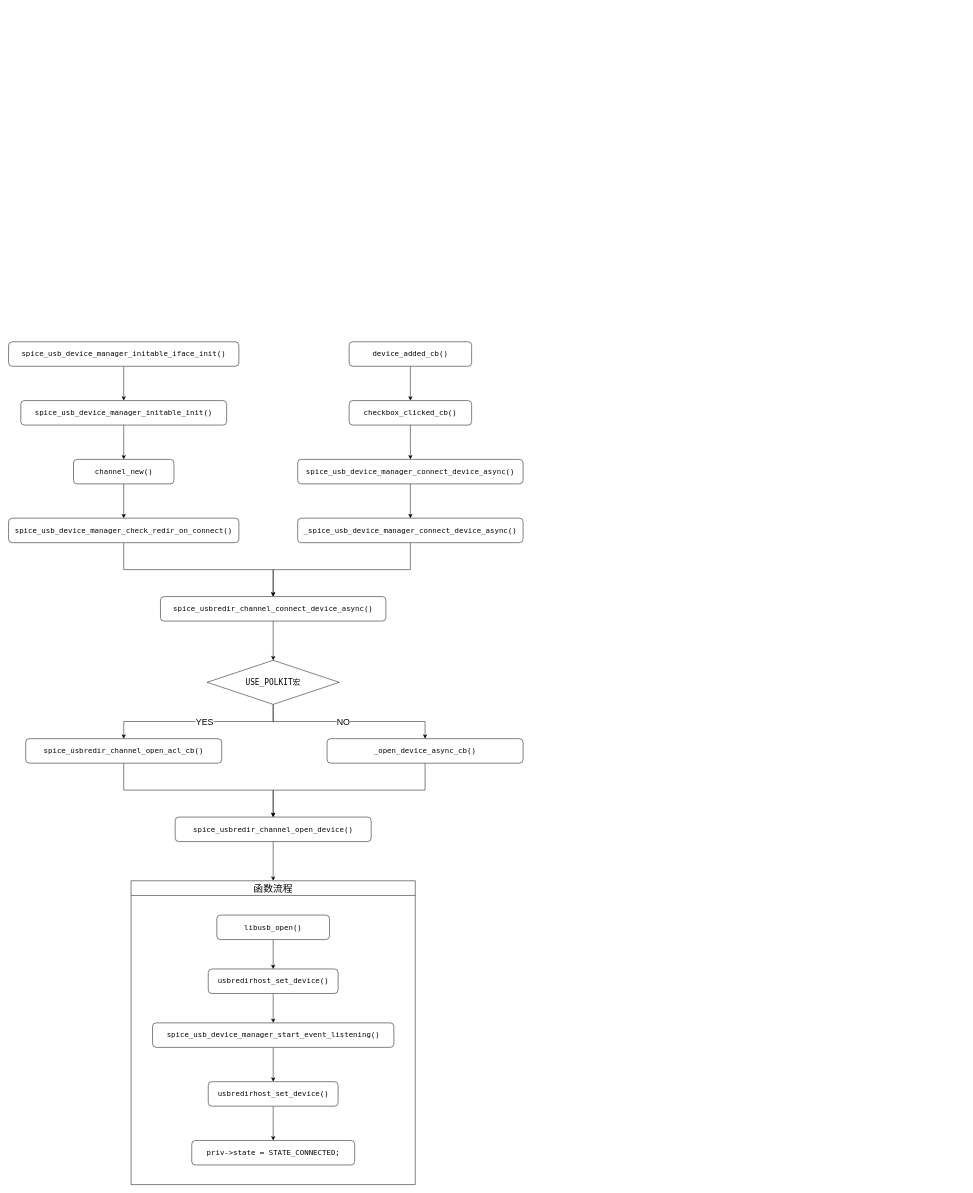
Earlier version of the draw.io diagram spice连接设备.drawio (leungbless/MD-). Source tidied: cells renumbered, new cells numbered last; positions are measured from the earlier drawing's top-left corner, leaving out a move shared by most shapes. Both pictures are drawn from the tidied source at 49%, with x=0, y=0 at pixel (8, 342).
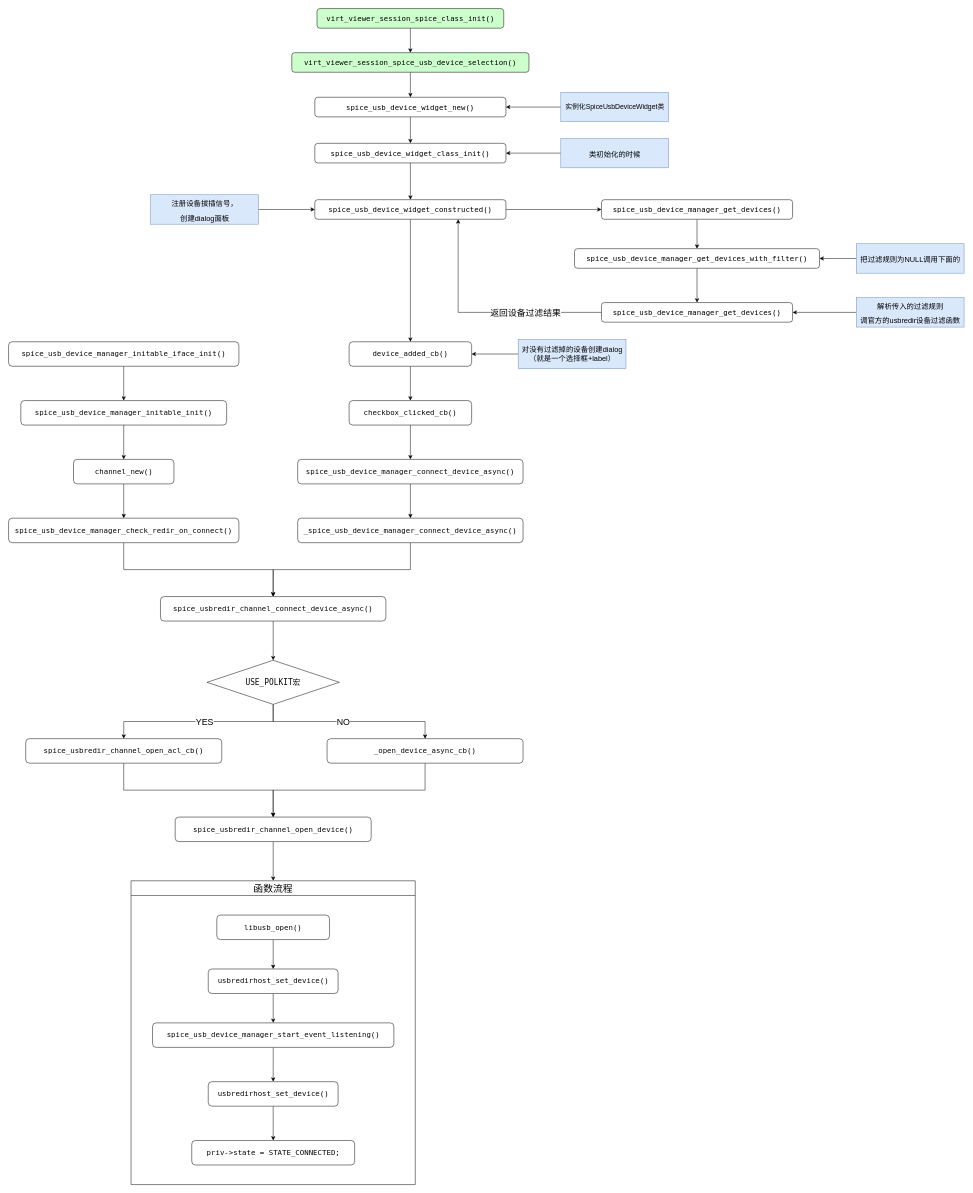
Above is the later version.

Commit message (it also covers changes not shown here):
更新spice连接设备.drawio

Unchanged cells that the change refers to:
```xml
<mxCell id="25" value="&lt;pre style=&quot;background-color: rgb(255, 255, 255); color: rgb(8, 8, 8); font-size: 11.3pt;&quot;&gt;&lt;font face=&quot;Lucida Console&quot;&gt;device_added_cb()&lt;/font&gt;&lt;/pre&gt;" style="rounded=1;whiteSpace=wrap;html=1;" parent="1" vertex="1">
  <mxGeometry x="695" width="250" height="50" as="geometry" />
</mxCell>
```

The edit, as a diff of the source:
```diff
@@
+    <mxCell id="41" style="edgeStyle=orthogonalEdgeStyle;rounded=0;jettySize=auto;html=1;" parent="1" edge="1" source="43" target="25">
+      <mxGeometry relative="1" as="geometry" />
+    </mxCell>
+    <mxCell id="42" style="edgeStyle=orthogonalEdgeStyle;rounded=0;jettySize=auto;html=1;" parent="1" edge="1" source="43" target="45">
+      <mxGeometry relative="1" as="geometry" />
+    </mxCell>
+    <mxCell id="43" value="spice_usb_device_widget_constructed()" style="rounded=1;whiteSpace=wrap;html=1;fontSize=15;fontFamily=Lucida Console;" parent="1" vertex="1">
+      <mxGeometry x="625" y="-290" width="390" height="40" as="geometry" />
+    </mxCell>
+    <mxCell id="44" style="edgeStyle=orthogonalEdgeStyle;rounded=0;jettySize=auto;html=1;exitX=0.5;exitY=1;exitDx=0;exitDy=0;entryX=0.5;entryY=0;entryDx=0;entryDy=0;" parent="1" edge="1" source="45" target="47">
+      <mxGeometry relative="1" as="geometry" />
+    </mxCell>
+    <mxCell id="45" value="spice_usb_device_manager_get_devices()" style="rounded=1;whiteSpace=wrap;html=1;fontSize=15;fontFamily=Lucida Console;" parent="1" vertex="1">
+      <mxGeometry x="1210" y="-290" width="390" height="40" as="geometry" />
+    </mxCell>
+    <mxCell id="46" style="edgeStyle=orthogonalEdgeStyle;rounded=0;jettySize=auto;html=1;exitX=0.5;exitY=1;exitDx=0;exitDy=0;" parent="1" edge="1" source="47" target="50">
+      <mxGeometry relative="1" as="geometry" />
+    </mxCell>
+    <mxCell id="47" value="spice_usb_device_manager_get_devices_with_filter()" style="rounded=1;whiteSpace=wrap;html=1;fontSize=15;fontFamily=Lucida Console;" parent="1" vertex="1">
+      <mxGeometry x="1155" y="-190" width="500" height="40" as="geometry" />
+    </mxCell>
+    <mxCell id="48" style="edgeStyle=orthogonalEdgeStyle;rounded=0;jettySize=auto;html=1;entryX=0.75;entryY=1;entryDx=0;entryDy=0;" parent="1" edge="1" source="50" target="43">
+      <mxGeometry relative="1" as="geometry" />
+    </mxCell>
+    <mxCell id="49" value="返回设备过滤结果" style="edgeLabel;html=1;align=center;verticalAlign=middle;fontSize=18;" parent="48" vertex="1">
+      <mxGeometry x="-0.13" relative="1" as="geometry">
+        <mxPoint x="54" as="offset" />
+      </mxGeometry>
+    </mxCell>
+    <mxCell id="50" value="spice_usb_device_manager_get_devices()" style="rounded=1;whiteSpace=wrap;html=1;fontSize=15;fontFamily=Lucida Console;" parent="1" vertex="1">
+      <mxGeometry x="1210" y="-80" width="390" height="40" as="geometry" />
+    </mxCell>
+    <mxCell id="51" style="edgeStyle=orthogonalEdgeStyle;rounded=0;jettySize=auto;html=1;" parent="1" edge="1" source="52" target="50">
+      <mxGeometry relative="1" as="geometry" />
+    </mxCell>
+    <mxCell id="52" value="&lt;span style=&quot;font-weight: 400; font-size: 15px;&quot;&gt;解析传入的过滤规则&lt;br&gt;调官方的usbredir设备过滤函数&lt;br&gt;&lt;/span&gt;" style="text;strokeColor=#6c8ebf;fillColor=#dae8fc;html=1;fontSize=24;fontStyle=1;verticalAlign=middle;align=center;" parent="1" vertex="1">
+      <mxGeometry x="1730" y="-90" width="220" height="60" as="geometry" />
+    </mxCell>
+    <mxCell id="53" style="edgeStyle=orthogonalEdgeStyle;rounded=0;jettySize=auto;html=1;" parent="1" edge="1" source="54" target="47">
+      <mxGeometry relative="1" as="geometry" />
+    </mxCell>
+    <mxCell id="54" value="&lt;span style=&quot;font-weight: 400; font-size: 15px;&quot;&gt;把过滤规则为NULL调用下面的&lt;br&gt;&lt;/span&gt;" style="text;strokeColor=#6c8ebf;fillColor=#dae8fc;html=1;fontSize=24;fontStyle=1;verticalAlign=middle;align=center;" parent="1" vertex="1">
+      <mxGeometry x="1730" y="-200" width="220" height="60" as="geometry" />
+    </mxCell>
+    <mxCell id="55" style="edgeStyle=orthogonalEdgeStyle;rounded=0;jettySize=auto;html=1;" parent="1" edge="1" source="56" target="43">
+      <mxGeometry relative="1" as="geometry" />
+    </mxCell>
+    <mxCell id="56" value="&lt;span style=&quot;font-weight: 400; font-size: 15px;&quot;&gt;注册设备拔插信号，&lt;br&gt;创建dialog面板&lt;br&gt;&lt;/span&gt;" style="text;strokeColor=#6c8ebf;fillColor=#dae8fc;html=1;fontSize=24;fontStyle=1;verticalAlign=middle;align=center;" parent="1" vertex="1">
+      <mxGeometry x="290" y="-300" width="220" height="60" as="geometry" />
+    </mxCell>
+    <mxCell id="57" style="edgeStyle=orthogonalEdgeStyle;rounded=0;jettySize=auto;html=1;entryX=0.5;entryY=0;entryDx=0;entryDy=0;" parent="1" edge="1" source="58" target="43">
+      <mxGeometry relative="1" as="geometry" />
+    </mxCell>
+    <mxCell id="58" value="spice_usb_device_widget_class_init()" style="rounded=1;whiteSpace=wrap;html=1;fontSize=15;fontFamily=Lucida Console;" parent="1" vertex="1">
+      <mxGeometry x="625" y="-405" width="390" height="40" as="geometry" />
+    </mxCell>
+    <mxCell id="59" style="edgeStyle=orthogonalEdgeStyle;rounded=0;jettySize=auto;html=1;" parent="1" edge="1" source="60" target="58">
+      <mxGeometry relative="1" as="geometry" />
+    </mxCell>
+    <mxCell id="60" value="&lt;span style=&quot;font-weight: 400; font-size: 15px;&quot;&gt;类初始化的时候&lt;br&gt;&lt;/span&gt;" style="text;strokeColor=#6c8ebf;fillColor=#dae8fc;html=1;fontSize=24;fontStyle=1;verticalAlign=middle;align=center;" parent="1" vertex="1">
+      <mxGeometry x="1127" y="-415" width="220" height="60" as="geometry" />
+    </mxCell>
+    <mxCell id="61" style="edgeStyle=orthogonalEdgeStyle;rounded=0;jettySize=auto;html=1;" parent="1" edge="1" source="62" target="58">
+      <mxGeometry relative="1" as="geometry" />
+    </mxCell>
+    <mxCell id="62" value="spice_usb_device_widget_new()" style="rounded=1;whiteSpace=wrap;html=1;fontSize=15;fontFamily=Lucida Console;" parent="1" vertex="1">
+      <mxGeometry x="625" y="-499" width="390" height="40" as="geometry" />
+    </mxCell>
+    <mxCell id="63" style="edgeStyle=orthogonalEdgeStyle;rounded=0;jettySize=auto;html=1;" parent="1" edge="1" source="64" target="62">
+      <mxGeometry relative="1" as="geometry" />
+    </mxCell>
+    <mxCell id="64" value="实例化SpiceUsbDeviceWidget类" style="text;strokeColor=#6c8ebf;fillColor=#dae8fc;html=1;fontSize=14;fontStyle=0;verticalAlign=middle;align=center;" parent="1" vertex="1">
+      <mxGeometry x="1127" y="-509" width="220" height="60" as="geometry" />
+    </mxCell>
+    <mxCell id="65" style="edgeStyle=orthogonalEdgeStyle;rounded=0;jettySize=auto;html=1;" parent="1" edge="1" source="66" target="62">
+      <mxGeometry relative="1" as="geometry" />
+    </mxCell>
+    <mxCell id="66" value="virt_viewer_session_spice_usb_device_selection()" style="rounded=1;whiteSpace=wrap;html=1;fontSize=15;fillColor=#CCFFCC;fontFamily=Lucida Console;" parent="1" vertex="1">
+      <mxGeometry x="578" y="-590" width="484" height="40" as="geometry" />
+    </mxCell>
+    <mxCell id="67" style="edgeStyle=orthogonalEdgeStyle;rounded=0;jettySize=auto;html=1;entryX=0.5;entryY=0;entryDx=0;entryDy=0;" parent="1" edge="1" source="68" target="66">
+      <mxGeometry relative="1" as="geometry" />
+    </mxCell>
+    <mxCell id="68" value="virt_viewer_session_spice_class_init()" style="rounded=1;whiteSpace=wrap;html=1;fontSize=15;labelBackgroundColor=none;fillColor=#CCFFCC;fontFamily=Lucida Console;" parent="1" vertex="1">
+      <mxGeometry x="629.5" y="-680" width="381" height="40" as="geometry" />
+    </mxCell>
+    <mxCell id="69" style="edgeStyle=orthogonalEdgeStyle;rounded=0;jettySize=auto;html=1;entryX=1;entryY=0.5;entryDx=0;entryDy=0;" parent="1" edge="1" source="70" target="25">
+      <mxGeometry relative="1" as="geometry" />
+    </mxCell>
+    <mxCell id="70" value="对没有过滤掉的设备创建dialog&lt;br&gt;（就是一个选择框+label）" style="text;strokeColor=#6c8ebf;fillColor=#dae8fc;html=1;fontSize=15;fontStyle=0;verticalAlign=middle;align=center;" parent="1" vertex="1">
+      <mxGeometry x="1040" y="-5" width="220" height="60" as="geometry" />
+    </mxCell>
```
